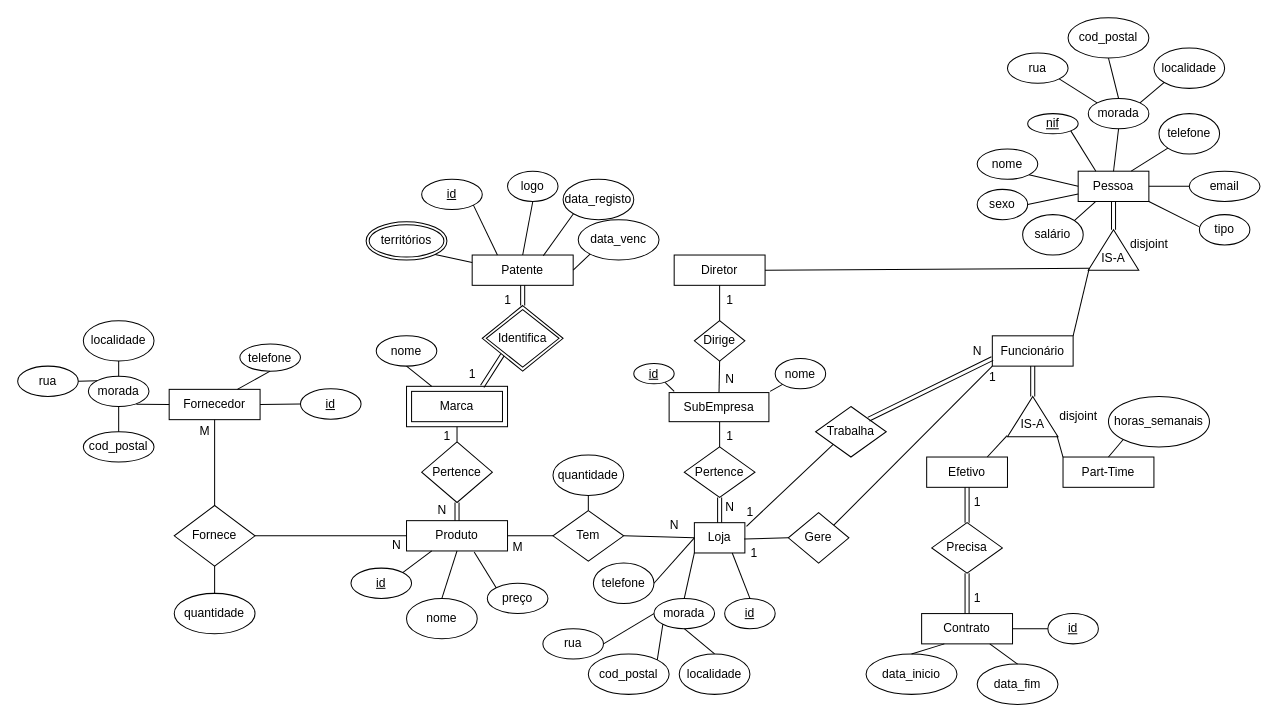
Above: ProjetoUtils/DER.drawio in Gui113893/DataBase-Project (draw.io), before the change. Source tidied: cells renumbered, new cells numbered last; positions are measured from the earlier drawing's top-left corner, leaving out a move shared by most shapes. Both pictures are drawn from the tidied source at 101%, with x=0, y=0 at pixel (17, 17).
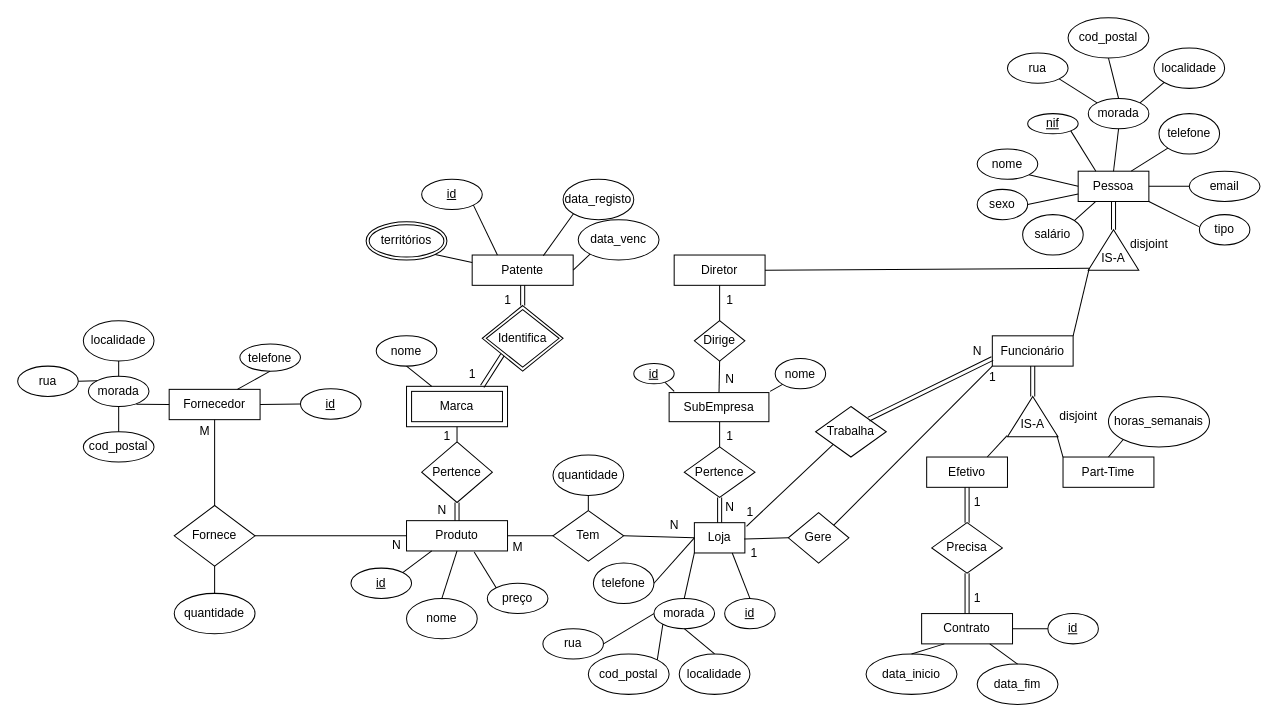
After the change.

Unchanged cells that the change refers to:
```xml
<mxCell id="78" value="Patente" style="whiteSpace=wrap;html=1;" parent="1" vertex="1">
  <mxGeometry x="450" y="235" width="100" height="30" as="geometry" />
</mxCell>
```

What changed in the source:
```diff
@@
-    <mxCell id="83" value="logo" style="ellipse;whiteSpace=wrap;html=1;" parent="1" vertex="1">
-      <mxGeometry x="485" y="152" width="50" height="30" as="geometry" />
-    </mxCell>
@@
-    <mxCell id="90" style="endArrow=none;html=1;rounded=0;entryX=0.5;entryY=1;entryDx=0;entryDy=0;exitX=0.5;exitY=0;exitDx=0;exitDy=0;" parent="1" edge="1" source="78" target="83">
-      <mxGeometry relative="1" as="geometry" />
-    </mxCell>
```
